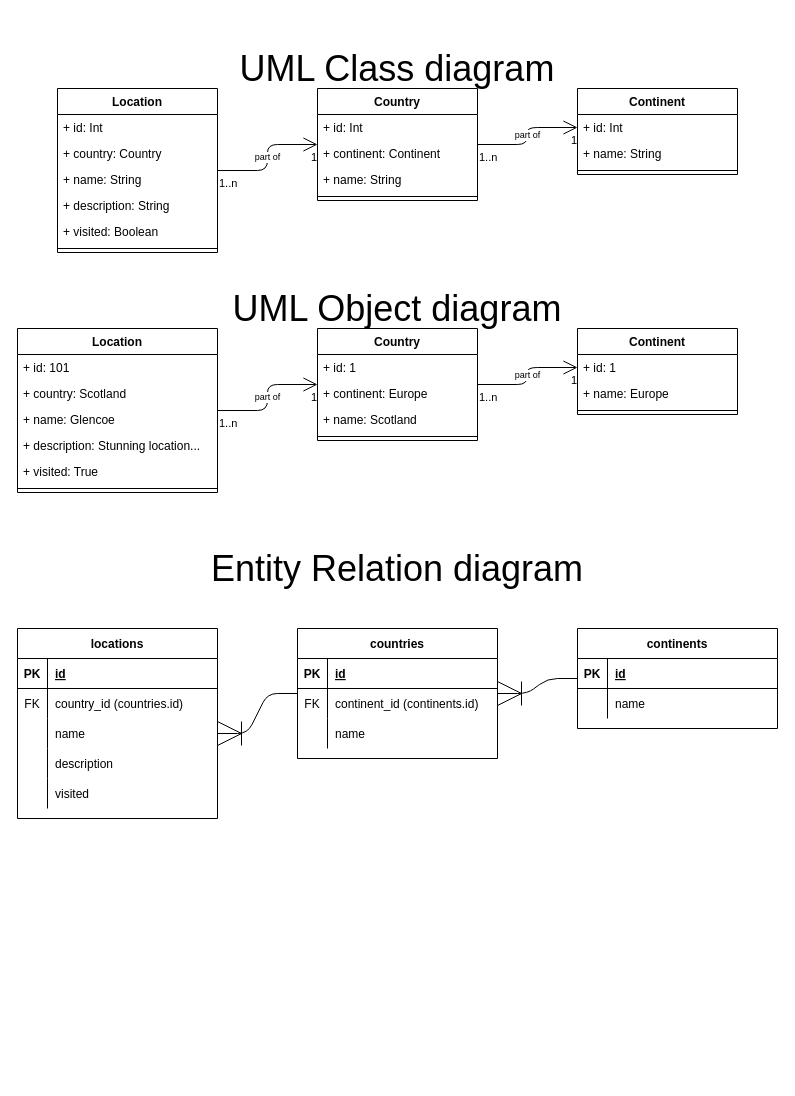
The draw.io diagram page "UML Class diagram" (1 of 2) of Design/Design.drawio in Michalju/PhotoApp, before the edit. Source tidied: cells renumbered, new cells numbered last; positions are measured from the earlier drawing's top-left corner, leaving out a move shared by most shapes. Both pictures are drawn from the tidied source at 100%, with x=0, y=0 at pixel (17, 48).
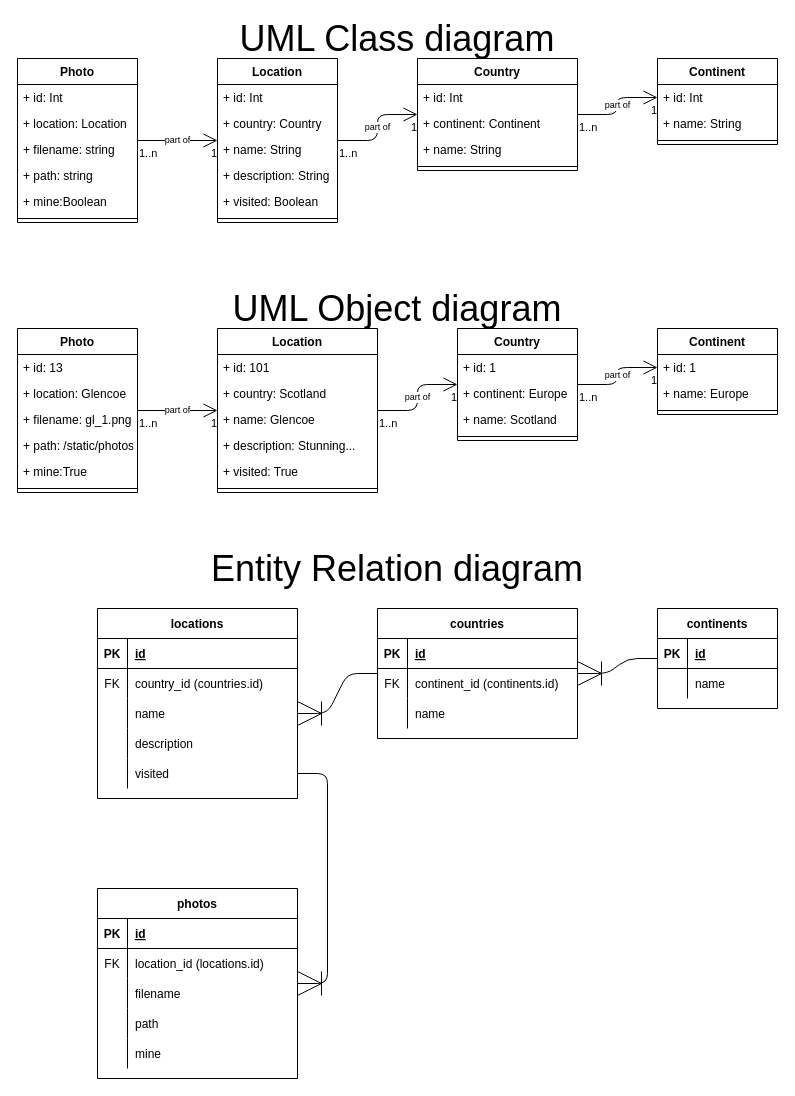
Above is the later version.

Commit message:
uopdated UML and Entity relationship to incldue photo class/table

Unchanged cells that the change refers to:
```xml
<mxCell id="38" style="shape=partialRectangle;fillColor=none;top=0;left=0;bottom=0;right=0;points=[[0,0.5],[1,0.5]];portConstraint=eastwest;" parent="25" vertex="1">
  <mxGeometry y="150" width="200" height="30" as="geometry" />
</mxCell>
```

What changed in the source:
```diff
@@
     <mxCell id="2" value="Country" style="swimlane;fontStyle=1;align=center;verticalAlign=top;horizontal=1;startSize=26;" parent="1" vertex="1">
-      <mxGeometry x="300" y="40" width="160" height="112" as="geometry" />
+      <mxGeometry x="400" y="10" width="160" height="112" as="geometry" />
     </mxCell>
@@
     <mxCell id="7" value="Location" style="swimlane;fontStyle=1;align=center;verticalAlign=top;horizontal=1;startSize=26;" parent="1" vertex="1">
-      <mxGeometry x="40" y="40" width="160" height="164" as="geometry" />
+      <mxGeometry x="200" y="10" width="120" height="164" as="geometry" />
     </mxCell>
     <mxCell id="8" value="+ id: Int" style="text;strokeColor=none;fillColor=none;align=left;verticalAlign=top;spacingLeft=4;spacingRight=4;overflow=hidden;" parent="7" vertex="1">
-      <mxGeometry y="26" width="160" height="26" as="geometry" />
+      <mxGeometry y="26" width="120" height="26" as="geometry" />
     </mxCell>
     <mxCell id="9" value="+ country: Country" style="text;strokeColor=none;fillColor=none;align=left;verticalAlign=top;spacingLeft=4;spacingRight=4;overflow=hidden;" parent="7" vertex="1">
-      <mxGeometry y="52" width="160" height="26" as="geometry" />
+      <mxGeometry y="52" width="120" height="26" as="geometry" />
     </mxCell>
     <mxCell id="10" value="+ name: String" style="text;strokeColor=none;fillColor=none;align=left;verticalAlign=top;spacingLeft=4;spacingRight=4;overflow=hidden;" parent="7" vertex="1">
-      <mxGeometry y="78" width="160" height="26" as="geometry" />
+      <mxGeometry y="78" width="120" height="26" as="geometry" />
     </mxCell>
     <mxCell id="11" value="+ description: String" style="text;strokeColor=none;fillColor=none;align=left;verticalAlign=top;spacingLeft=4;spacingRight=4;overflow=hidden;" parent="7" vertex="1">
-      <mxGeometry y="104" width="160" height="26" as="geometry" />
+      <mxGeometry y="104" width="120" height="26" as="geometry" />
     </mxCell>
     <mxCell id="12" value="+ visited: Boolean" style="text;strokeColor=none;fillColor=none;align=left;verticalAlign=top;spacingLeft=4;spacingRight=4;overflow=hidden;" parent="7" vertex="1">
-      <mxGeometry y="130" width="160" height="26" as="geometry" />
+      <mxGeometry y="130" width="120" height="26" as="geometry" />
     </mxCell>
     <mxCell id="13" style="line;strokeWidth=1;fillColor=none;align=left;verticalAlign=middle;spacingTop=-1;spacingLeft=3;spacingRight=3;labelPosition=right;" parent="7" vertex="1">
-      <mxGeometry y="156" width="160" height="8" as="geometry" />
+      <mxGeometry y="156" width="120" height="8" as="geometry" />
     </mxCell>
@@
     <mxCell id="17" value="Continent" style="swimlane;fontStyle=1;align=center;verticalAlign=top;horizontal=1;startSize=26;" parent="1" vertex="1">
-      <mxGeometry x="560" y="40" width="160" height="86" as="geometry" />
+      <mxGeometry x="640" y="10" width="120" height="86" as="geometry" />
     </mxCell>
     <mxCell id="18" value="+ id: Int" style="text;strokeColor=none;fillColor=none;align=left;verticalAlign=top;spacingLeft=4;spacingRight=4;overflow=hidden;points=[[0,0.5],[1,0.5]];portConstraint=eastwest;" parent="17" vertex="1">
-      <mxGeometry y="26" width="160" height="26" as="geometry" />
+      <mxGeometry y="26" width="120" height="26" as="geometry" />
     </mxCell>
     <mxCell id="19" value="+ name: String" style="text;strokeColor=none;fillColor=none;align=left;verticalAlign=top;spacingLeft=4;spacingRight=4;overflow=hidden;" parent="17" vertex="1">
-      <mxGeometry y="52" width="160" height="26" as="geometry" />
+      <mxGeometry y="52" width="120" height="26" as="geometry" />
     </mxCell>
     <mxCell id="20" style="line;strokeWidth=1;fillColor=none;align=left;verticalAlign=middle;spacingTop=-1;spacingLeft=3;spacingRight=3;labelPosition=right;" parent="17" vertex="1">
-      <mxGeometry y="78" width="160" height="8" as="geometry" />
+      <mxGeometry y="78" width="120" height="8" as="geometry" />
     </mxCell>
@@
     <mxCell id="24" value="&lt;font style=&quot;font-size: 36px&quot;&gt;UML Class diagram&lt;/font&gt;" style="text;html=1;strokeColor=none;fillColor=none;align=center;verticalAlign=middle;whiteSpace=wrap;rounded=0;" parent="1" vertex="1">
-      <mxGeometry width="760" height="40" as="geometry" />
+      <mxGeometry y="-30" width="760" height="40" as="geometry" />
     </mxCell>
     <mxCell id="25" value="locations" style="shape=table;startSize=30;childLayout=tableLayout;rowLines=0;fontStyle=1;align=center;" parent="1" vertex="1">
-      <mxGeometry y="580" width="200" height="190" as="geometry" />
+      <mxGeometry x="80" y="560" width="200" height="190" as="geometry" />
     </mxCell>
@@
     <mxCell id="41" value="countries" style="shape=table;startSize=30;childLayout=tableLayout;rowLines=0;fontStyle=1;align=center;" parent="1" vertex="1">
-      <mxGeometry x="280" y="580" width="200" height="130" as="geometry" />
+      <mxGeometry x="360" y="560" width="200" height="130" as="geometry" />
     </mxCell>
@@
     <mxCell id="52" value="continents" style="shape=table;startSize=30;childLayout=tableLayout;rowLines=0;fontStyle=1;align=center;" parent="1" vertex="1">
-      <mxGeometry x="560" y="580" width="200" height="100" as="geometry" />
+      <mxGeometry x="640" y="560" width="120" height="100" as="geometry" />
     </mxCell>
     <mxCell id="53" style="shape=partialRectangle;fillColor=none;top=0;left=0;bottom=1;right=0;" parent="52" vertex="1">
-      <mxGeometry y="30" width="200" height="30" as="geometry" />
+      <mxGeometry y="30" width="120" height="30" as="geometry" />
     </mxCell>
@@
     <mxCell id="55" value="id" style="shape=partialRectangle;fillColor=none;top=0;left=0;bottom=0;right=0;align=left;spacingLeft=6;fontStyle=5;overflow=hidden;" parent="53" vertex="1">
-      <mxGeometry x="30" width="170" height="30" as="geometry" />
+      <mxGeometry x="30" width="90" height="30" as="geometry" />
     </mxCell>
     <mxCell id="56" style="shape=partialRectangle;fillColor=none;top=0;left=0;bottom=0;right=0;" parent="52" vertex="1">
-      <mxGeometry y="60" width="200" height="30" as="geometry" />
+      <mxGeometry y="60" width="120" height="30" as="geometry" />
     </mxCell>
@@
     <mxCell id="58" value="name" style="shape=partialRectangle;fillColor=none;top=0;left=0;bottom=0;right=0;align=left;spacingLeft=6;overflow=hidden;" parent="56" vertex="1">
-      <mxGeometry x="30" width="170" height="30" as="geometry" />
+      <mxGeometry x="30" width="90" height="30" as="geometry" />
     </mxCell>
@@
     <mxCell id="61" value="Country" style="swimlane;fontStyle=1;align=center;verticalAlign=top;horizontal=1;startSize=26;" parent="1" vertex="1">
-      <mxGeometry x="300" y="280" width="160" height="112" as="geometry" />
+      <mxGeometry x="440" y="280" width="120" height="112" as="geometry" />
     </mxCell>
     <mxCell id="62" value="+ id: 1" style="text;strokeColor=none;fillColor=none;align=left;verticalAlign=top;spacingLeft=4;spacingRight=4;overflow=hidden;" parent="61" vertex="1">
-      <mxGeometry y="26" width="160" height="26" as="geometry" />
+      <mxGeometry y="26" width="120" height="26" as="geometry" />
     </mxCell>
     <mxCell id="63" value="+ continent: Europe" style="text;strokeColor=none;fillColor=none;align=left;verticalAlign=top;spacingLeft=4;spacingRight=4;overflow=hidden;" parent="61" vertex="1">
-      <mxGeometry y="52" width="160" height="26" as="geometry" />
+      <mxGeometry y="52" width="120" height="26" as="geometry" />
     </mxCell>
     <mxCell id="64" value="+ name: Scotland" style="text;strokeColor=none;fillColor=none;align=left;verticalAlign=top;spacingLeft=4;spacingRight=4;overflow=hidden;" parent="61" vertex="1">
-      <mxGeometry y="78" width="160" height="26" as="geometry" />
+      <mxGeometry y="78" width="120" height="26" as="geometry" />
     </mxCell>
     <mxCell id="65" style="line;strokeWidth=1;fillColor=none;align=left;verticalAlign=middle;spacingTop=-1;spacingLeft=3;spacingRight=3;labelPosition=right;" parent="61" vertex="1">
-      <mxGeometry y="104" width="160" height="8" as="geometry" />
+      <mxGeometry y="104" width="120" height="8" as="geometry" />
     </mxCell>
     <mxCell id="66" value="Location" style="swimlane;fontStyle=1;align=center;verticalAlign=top;horizontal=1;startSize=26;" parent="1" vertex="1">
-      <mxGeometry y="280" width="200" height="164" as="geometry" />
+      <mxGeometry x="200" y="280" width="160" height="164" as="geometry" />
     </mxCell>
     <mxCell id="67" value="+ id: 101" style="text;strokeColor=none;fillColor=none;align=left;verticalAlign=top;spacingLeft=4;spacingRight=4;overflow=hidden;" parent="66" vertex="1">
-      <mxGeometry y="26" width="200" height="26" as="geometry" />
+      <mxGeometry y="26" width="160" height="26" as="geometry" />
     </mxCell>
     <mxCell id="68" value="+ country: Scotland" style="text;strokeColor=none;fillColor=none;align=left;verticalAlign=top;spacingLeft=4;spacingRight=4;overflow=hidden;" parent="66" vertex="1">
-      <mxGeometry y="52" width="200" height="26" as="geometry" />
+      <mxGeometry y="52" width="160" height="26" as="geometry" />
     </mxCell>
     <mxCell id="69" value="+ name: Glencoe" style="text;strokeColor=none;fillColor=none;align=left;verticalAlign=top;spacingLeft=4;spacingRight=4;overflow=hidden;" parent="66" vertex="1">
-      <mxGeometry y="78" width="200" height="26" as="geometry" />
+      <mxGeometry y="78" width="160" height="26" as="geometry" />
     </mxCell>
-    <mxCell id="70" value="+ description: Stunning location..." style="text;strokeColor=none;fillColor=none;align=left;verticalAlign=top;spacingLeft=4;spacingRight=4;overflow=hidden;" parent="66" vertex="1">
-      <mxGeometry y="104" width="200" height="26" as="geometry" />
+    <mxCell id="70" value="+ description: Stunning..." style="text;strokeColor=none;fillColor=none;align=left;verticalAlign=top;spacingLeft=4;spacingRight=4;overflow=hidden;" parent="66" vertex="1">
+      <mxGeometry y="104" width="160" height="26" as="geometry" />
     </mxCell>
     <mxCell id="71" value="+ visited: True" style="text;strokeColor=none;fillColor=none;align=left;verticalAlign=top;spacingLeft=4;spacingRight=4;overflow=hidden;" parent="66" vertex="1">
-      <mxGeometry y="130" width="200" height="26" as="geometry" />
+      <mxGeometry y="130" width="160" height="26" as="geometry" />
     </mxCell>
     <mxCell id="72" style="line;strokeWidth=1;fillColor=none;align=left;verticalAlign=middle;spacingTop=-1;spacingLeft=3;spacingRight=3;labelPosition=right;" parent="66" vertex="1">
-      <mxGeometry y="156" width="200" height="8" as="geometry" />
+      <mxGeometry y="156" width="160" height="8" as="geometry" />
     </mxCell>
@@
     <mxCell id="76" value="Continent" style="swimlane;fontStyle=1;align=center;verticalAlign=top;horizontal=1;startSize=26;" parent="1" vertex="1">
-      <mxGeometry x="560" y="280" width="160" height="86" as="geometry" />
+      <mxGeometry x="640" y="280" width="120" height="86" as="geometry" />
     </mxCell>
     <mxCell id="77" value="+ id: 1" style="text;strokeColor=none;fillColor=none;align=left;verticalAlign=top;spacingLeft=4;spacingRight=4;overflow=hidden;points=[[0,0.5],[1,0.5]];portConstraint=eastwest;" parent="76" vertex="1">
-      <mxGeometry y="26" width="160" height="26" as="geometry" />
+      <mxGeometry y="26" width="120" height="26" as="geometry" />
     </mxCell>
     <mxCell id="78" value="+ name: Europe" style="text;strokeColor=none;fillColor=none;align=left;verticalAlign=top;spacingLeft=4;spacingRight=4;overflow=hidden;" parent="76" vertex="1">
-      <mxGeometry y="52" width="160" height="26" as="geometry" />
+      <mxGeometry y="52" width="120" height="26" as="geometry" />
     </mxCell>
     <mxCell id="79" style="line;strokeWidth=1;fillColor=none;align=left;verticalAlign=middle;spacingTop=-1;spacingLeft=3;spacingRight=3;labelPosition=right;" parent="76" vertex="1">
-      <mxGeometry y="78" width="160" height="8" as="geometry" />
+      <mxGeometry y="78" width="120" height="8" as="geometry" />
     </mxCell>
@@
+    <mxCell id="84" value="Photo" style="swimlane;fontStyle=1;align=center;verticalAlign=top;horizontal=1;startSize=26;" parent="1" vertex="1">
+      <mxGeometry y="10" width="120" height="164" as="geometry" />
+    </mxCell>
+    <mxCell id="85" value="+ id: Int" style="text;strokeColor=none;fillColor=none;align=left;verticalAlign=top;spacingLeft=4;spacingRight=4;overflow=hidden;" parent="84" vertex="1">
+      <mxGeometry y="26" width="120" height="26" as="geometry" />
+    </mxCell>
+    <mxCell id="86" value="+ location: Location" style="text;strokeColor=none;fillColor=none;align=left;verticalAlign=top;spacingLeft=4;spacingRight=4;overflow=hidden;" parent="84" vertex="1">
+      <mxGeometry y="52" width="120" height="26" as="geometry" />
+    </mxCell>
+    <mxCell id="87" value="+ filename: string" style="text;strokeColor=none;fillColor=none;align=left;verticalAlign=top;spacingLeft=4;spacingRight=4;overflow=hidden;" parent="84" vertex="1">
+      <mxGeometry y="78" width="120" height="26" as="geometry" />
+    </mxCell>
+    <mxCell id="88" value="+ path: string" style="text;strokeColor=none;fillColor=none;align=left;verticalAlign=top;spacingLeft=4;spacingRight=4;overflow=hidden;" parent="84" vertex="1">
+      <mxGeometry y="104" width="120" height="26" as="geometry" />
+    </mxCell>
+    <mxCell id="89" value="+ mine:Boolean" style="text;strokeColor=none;fillColor=none;align=left;verticalAlign=top;spacingLeft=4;spacingRight=4;overflow=hidden;" parent="84" vertex="1">
+      <mxGeometry y="130" width="120" height="26" as="geometry" />
+    </mxCell>
+    <mxCell id="90" style="line;strokeWidth=1;fillColor=none;align=left;verticalAlign=middle;spacingTop=-1;spacingLeft=3;spacingRight=3;labelPosition=right;" parent="84" vertex="1">
+      <mxGeometry y="156" width="120" height="8" as="geometry" />
+    </mxCell>
+    <mxCell id="91" value="part of" style="endArrow=open;html=1;endSize=12;startArrow=none;startSize=14;startFill=0;edgeStyle=orthogonalEdgeStyle;fontSize=9;" parent="1" edge="1" source="84" target="7">
+      <mxGeometry relative="1" as="geometry" />
+    </mxCell>
+    <mxCell id="92" value="1..n" style="edgeLabel;html=1;align=left;verticalAlign=top;" parent="91" vertex="1">
+      <mxGeometry x="-1" relative="1" as="geometry" />
+    </mxCell>
+    <mxCell id="93" value="1" style="edgeLabel;html=1;align=right;verticalAlign=top;" parent="91" vertex="1">
+      <mxGeometry x="1" relative="1" as="geometry" />
+    </mxCell>
+    <mxCell id="94" value="Photo" style="swimlane;fontStyle=1;align=center;verticalAlign=top;horizontal=1;startSize=26;" parent="1" vertex="1">
+      <mxGeometry y="280" width="120" height="164" as="geometry" />
+    </mxCell>
+    <mxCell id="95" value="+ id: 13" style="text;strokeColor=none;fillColor=none;align=left;verticalAlign=top;spacingLeft=4;spacingRight=4;overflow=hidden;" parent="94" vertex="1">
+      <mxGeometry y="26" width="120" height="26" as="geometry" />
+    </mxCell>
+    <mxCell id="96" value="+ location: Glencoe" style="text;strokeColor=none;fillColor=none;align=left;verticalAlign=top;spacingLeft=4;spacingRight=4;overflow=hidden;" parent="94" vertex="1">
+      <mxGeometry y="52" width="120" height="26" as="geometry" />
+    </mxCell>
+    <mxCell id="97" value="+ filename: gl_1.png" style="text;strokeColor=none;fillColor=none;align=left;verticalAlign=top;spacingLeft=4;spacingRight=4;overflow=hidden;" parent="94" vertex="1">
+      <mxGeometry y="78" width="120" height="26" as="geometry" />
+    </mxCell>
+    <mxCell id="98" value="+ path: /static/photos" style="text;strokeColor=none;fillColor=none;align=left;verticalAlign=top;spacingLeft=4;spacingRight=4;overflow=hidden;" parent="94" vertex="1">
+      <mxGeometry y="104" width="120" height="26" as="geometry" />
+    </mxCell>
+    <mxCell id="99" value="+ mine:True" style="text;strokeColor=none;fillColor=none;align=left;verticalAlign=top;spacingLeft=4;spacingRight=4;overflow=hidden;" parent="94" vertex="1">
+      <mxGeometry y="130" width="120" height="26" as="geometry" />
+    </mxCell>
+    <mxCell id="100" style="line;strokeWidth=1;fillColor=none;align=left;verticalAlign=middle;spacingTop=-1;spacingLeft=3;spacingRight=3;labelPosition=right;" parent="94" vertex="1">
+      <mxGeometry y="156" width="120" height="8" as="geometry" />
+    </mxCell>
+    <mxCell id="101" value="part of" style="endArrow=open;html=1;endSize=12;startArrow=none;startSize=14;startFill=0;edgeStyle=orthogonalEdgeStyle;fontSize=9;" parent="1" edge="1" source="94" target="66">
+      <mxGeometry relative="1" as="geometry" />
+    </mxCell>
+    <mxCell id="102" value="1..n" style="edgeLabel;html=1;align=left;verticalAlign=top;" parent="101" vertex="1">
+      <mxGeometry x="-1" relative="1" as="geometry" />
+    </mxCell>
+    <mxCell id="103" value="1" style="edgeLabel;html=1;align=right;verticalAlign=top;" parent="101" vertex="1">
+      <mxGeometry x="1" relative="1" as="geometry" />
+    </mxCell>
+    <mxCell id="104" value="photos" style="shape=table;startSize=30;childLayout=tableLayout;rowLines=0;fontStyle=1;align=center;" parent="1" vertex="1">
+      <mxGeometry x="80" y="840" width="200" height="190" as="geometry" />
+    </mxCell>
+    <mxCell id="105" style="shape=partialRectangle;fillColor=none;top=0;left=0;bottom=1;right=0;" parent="104" vertex="1">
+      <mxGeometry y="30" width="200" height="30" as="geometry" />
+    </mxCell>
+    <mxCell id="106" value="PK" style="shape=partialRectangle;fillColor=none;top=0;left=0;bottom=0;right=0;fontStyle=1;overflow=hidden;" parent="105" vertex="1">
+      <mxGeometry width="30" height="30" as="geometry" />
+    </mxCell>
+    <mxCell id="107" value="id" style="shape=partialRectangle;fillColor=none;top=0;left=0;bottom=0;right=0;align=left;spacingLeft=6;fontStyle=5;overflow=hidden;" parent="105" vertex="1">
+      <mxGeometry x="30" width="170" height="30" as="geometry" />
+    </mxCell>
+    <mxCell id="108" style="shape=partialRectangle;fillColor=none;top=0;left=0;bottom=0;right=0;" parent="104" vertex="1">
+      <mxGeometry y="60" width="200" height="30" as="geometry" />
+    </mxCell>
+    <mxCell id="109" value="FK" style="shape=partialRectangle;fillColor=none;top=0;left=0;bottom=0;right=0;overflow=hidden;" parent="108" vertex="1">
+      <mxGeometry width="30" height="30" as="geometry" />
+    </mxCell>
+    <mxCell id="110" value="location_id (locations.id)" style="shape=partialRectangle;fillColor=none;top=0;left=0;bottom=0;right=0;align=left;spacingLeft=6;overflow=hidden;" parent="108" vertex="1">
+      <mxGeometry x="30" width="170" height="30" as="geometry" />
+    </mxCell>
+    <mxCell id="111" style="shape=partialRectangle;fillColor=none;top=0;left=0;bottom=0;right=0;" parent="104" vertex="1">
+      <mxGeometry y="90" width="200" height="30" as="geometry" />
+    </mxCell>
+    <mxCell id="112" style="shape=partialRectangle;fillColor=none;top=0;left=0;bottom=0;right=0;overflow=hidden;" parent="111" vertex="1">
+      <mxGeometry width="30" height="30" as="geometry" />
+    </mxCell>
+    <mxCell id="113" value="filename" style="shape=partialRectangle;fillColor=none;top=0;left=0;bottom=0;right=0;align=left;spacingLeft=6;overflow=hidden;" parent="111" vertex="1">
+      <mxGeometry x="30" width="170" height="30" as="geometry" />
+    </mxCell>
+    <mxCell id="114" style="shape=partialRectangle;fillColor=none;top=0;left=0;bottom=0;right=0;" parent="104" vertex="1">
+      <mxGeometry y="120" width="200" height="30" as="geometry" />
+    </mxCell>
+    <mxCell id="115" style="shape=partialRectangle;fillColor=none;top=0;left=0;bottom=0;right=0;overflow=hidden;" parent="114" vertex="1">
+      <mxGeometry width="30" height="30" as="geometry" />
+    </mxCell>
+    <mxCell id="116" value="path" style="shape=partialRectangle;fillColor=none;top=0;left=0;bottom=0;right=0;align=left;spacingLeft=6;overflow=hidden;" parent="114" vertex="1">
+      <mxGeometry x="30" width="170" height="30" as="geometry" />
+    </mxCell>
+    <mxCell id="117" style="shape=partialRectangle;fillColor=none;top=0;left=0;bottom=0;right=0;" parent="104" vertex="1">
+      <mxGeometry y="150" width="200" height="30" as="geometry" />
+    </mxCell>
+    <mxCell id="118" style="shape=partialRectangle;fillColor=none;top=0;left=0;bottom=0;right=0;overflow=hidden;" parent="117" vertex="1">
+      <mxGeometry width="30" height="30" as="geometry" />
+    </mxCell>
+    <mxCell id="119" value="mine" style="shape=partialRectangle;fillColor=none;top=0;left=0;bottom=0;right=0;align=left;spacingLeft=6;overflow=hidden;" parent="117" vertex="1">
+      <mxGeometry x="30" width="170" height="30" as="geometry" />
+    </mxCell>
+    <mxCell id="120" style="edgeStyle=entityRelationEdgeStyle;fontSize=12;html=1;endArrow=ERoneToMany;strokeWidth=1;endSize=22;exitX=1;exitY=0.5;exitDx=0;exitDy=0;" parent="1" edge="1" source="38" target="104">
+      <mxGeometry relative="1" as="geometry" />
+    </mxCell>
```
